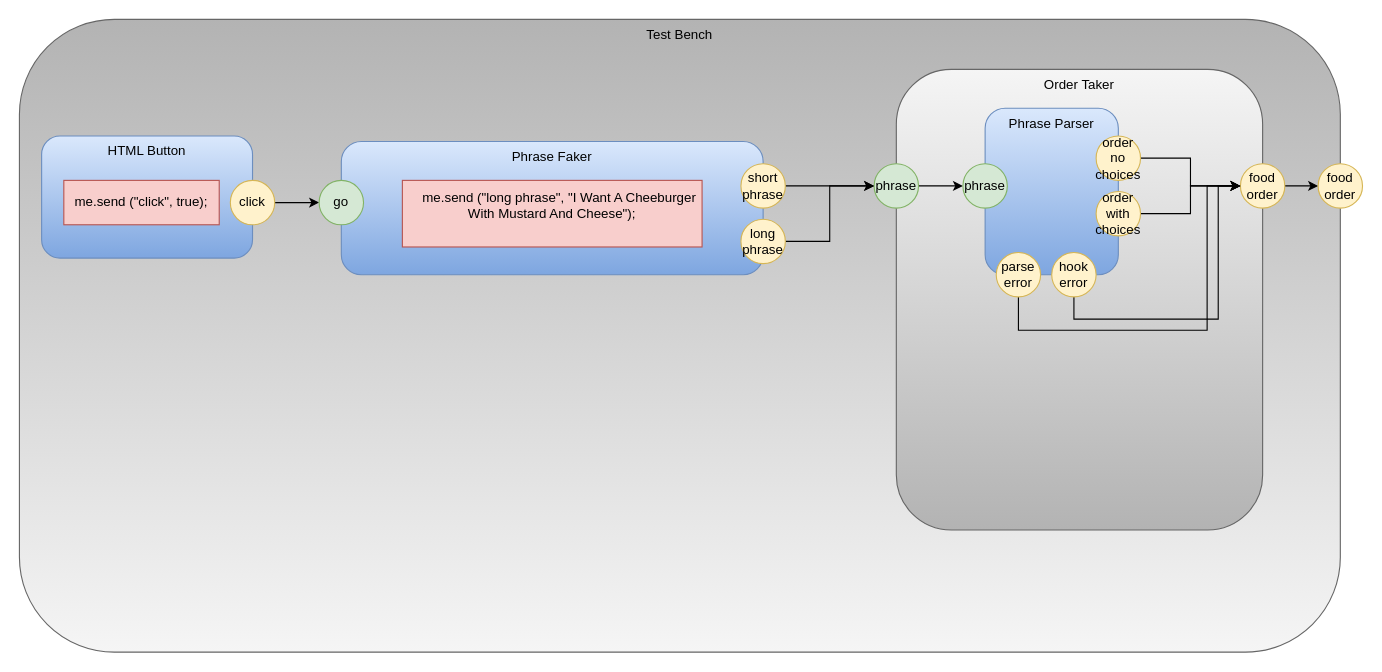
Before: testbench.drawio in guitarvydas/hamburgerworkbenchD0D, a draw.io diagram. Source tidied: cells renumbered, new cells numbered last; positions are measured from the earlier drawing's top-left corner, leaving out a move shared by most shapes. Both pictures are drawn from the tidied source at 111%, with x=0, y=0 at pixel (19, 19).
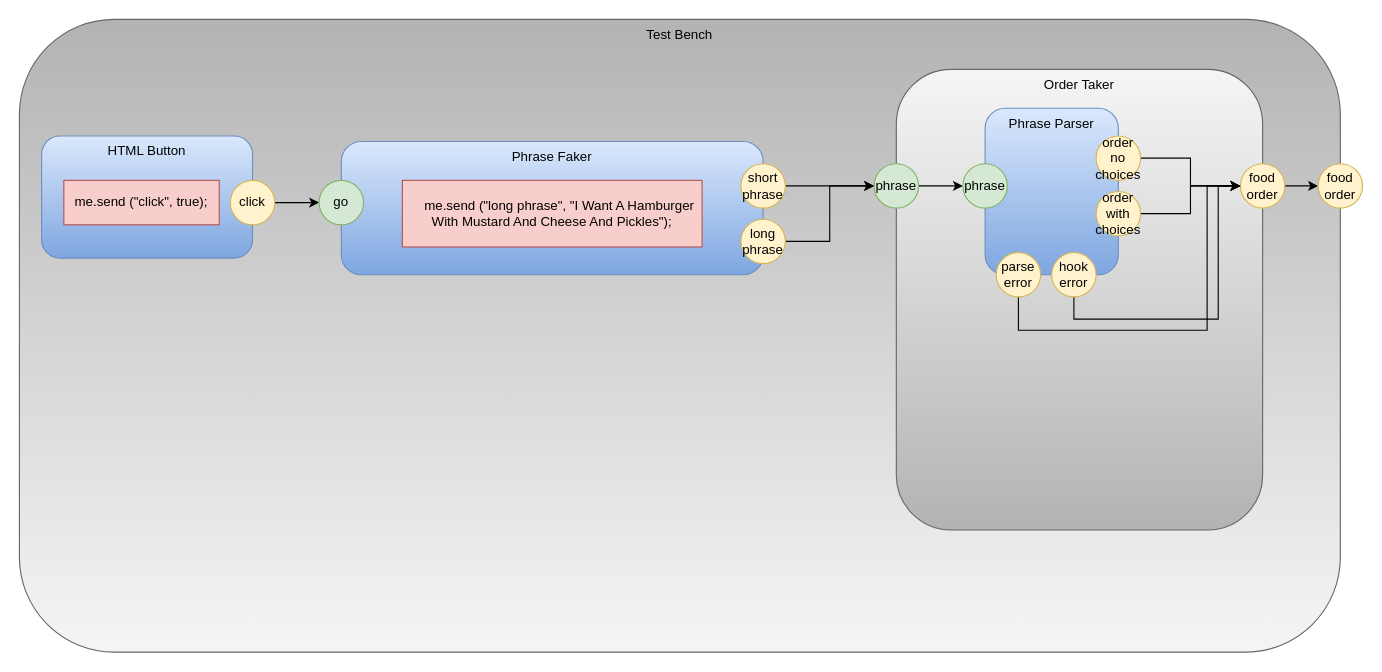
After the change.

Commit message (it also covers changes not shown here):
simple testbench

Diff of the diagram source:
```diff
@@
-    <mxCell id="29" value="&lt;div&gt;&amp;nbsp; &amp;nbsp; me.send (&quot;long phrase&quot;, &quot;I Want A Cheeburger With Mustard And Cheese&quot;);&lt;/div&gt;&lt;div&gt;&lt;br&gt;&lt;/div&gt;" style="rounded=0;whiteSpace=wrap;html=1;fillColor=#f8cecc;strokeColor=#b85450;" parent="1" vertex="1">
+    <mxCell id="29" value="&lt;div&gt;&amp;nbsp; &amp;nbsp; me.send (&quot;long phrase&quot;, &quot;I Want A Hamburger With Mustard And Cheese And Pickles&quot;);&lt;/div&gt;" style="rounded=0;whiteSpace=wrap;html=1;fillColor=#f8cecc;strokeColor=#b85450;" parent="1" vertex="1">
       <mxGeometry x="345" y="145" width="270" height="60" as="geometry" />
     </mxCell>
```
